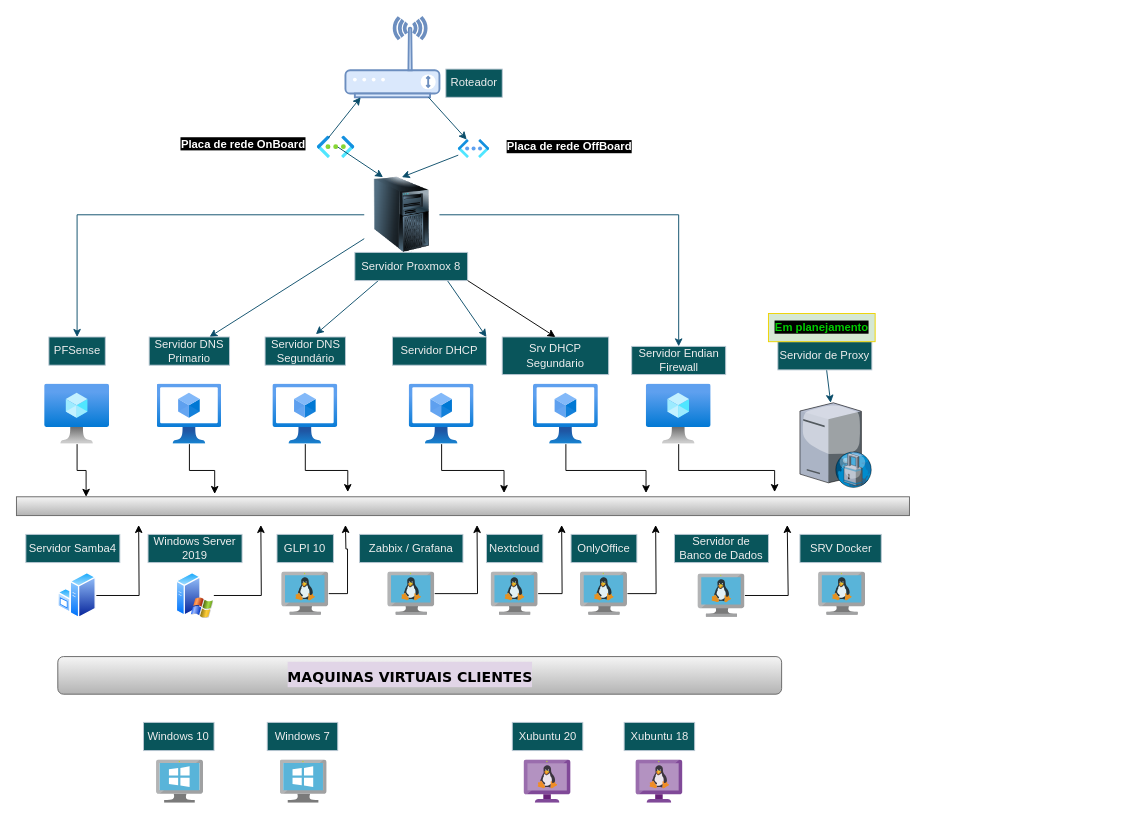
The draw.io diagram Diagrama do sevidor local-proxmox7.drawio in washigtonpa/SERVIDOR_LOCAL_PROXMOX, before the edit. Source tidied: cells renumbered, new cells numbered last; positions are measured from the earlier drawing's top-left corner, leaving out a move shared by most shapes. Both pictures are drawn from the tidied source at 94%, with x=0, y=0 at pixel (16, 17).
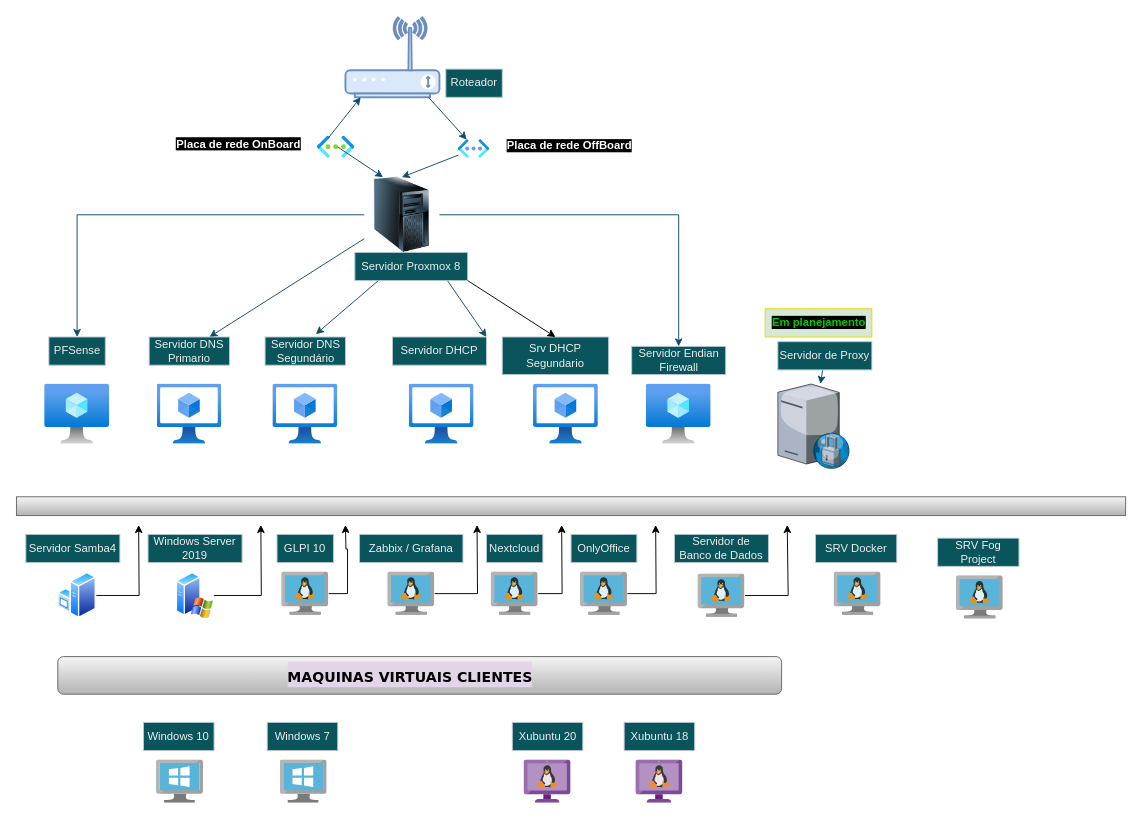
Above is the later version.

Unchanged cells that the change refers to:
```xml
<mxCell id="21" style="image;html=1;points=[];align=center;fontSize=12;image=img/lib/azure2/compute/Virtual_Machines_Classic.svg;strokeColor=#BAC8D3;fontColor=#EEEEEE;fillColor=#09555B;" parent="1" vertex="1">
  <mxGeometry x="149.5" y="390" width="69" height="64" as="geometry" />
</mxCell>
<mxCell id="24" style="image;html=1;points=[];align=center;fontSize=12;image=img/lib/azure2/compute/Virtual_Machines_Classic.svg;strokeColor=#BAC8D3;fontColor=#EEEEEE;fillColor=#09555B;" parent="1" vertex="1">
  <mxGeometry x="417.8" y="390" width="69" height="64" as="geometry" />
</mxCell>
<mxCell id="27" style="image;html=1;points=[];align=center;fontSize=12;image=img/lib/azure2/compute/Virtual_Machines_Classic.svg;strokeColor=#BAC8D3;fontColor=#EEEEEE;fillColor=#09555B;" parent="1" vertex="1">
  <mxGeometry x="272.8" y="390" width="69" height="64" as="geometry" />
</mxCell>
<mxCell id="29" style="image;html=1;points=[];align=center;fontSize=12;image=img/lib/azure2/compute/Virtual_Machine.svg;strokeColor=#BAC8D3;fontColor=#EEEEEE;fillColor=#09555B;" parent="1" vertex="1">
  <mxGeometry x="670" y="390" width="69" height="64" as="geometry" />
</mxCell>
<mxCell id="32" style="image;html=1;points=[];align=center;fontSize=12;image=img/lib/azure2/compute/Virtual_Machine.svg;strokeColor=#BAC8D3;fontColor=#EEEEEE;fillColor=#09555B;" parent="1" vertex="1">
  <mxGeometry x="30" y="390" width="69" height="64" as="geometry" />
</mxCell>
<mxCell id="69" style="image;html=1;points=[];align=center;fontSize=12;image=img/lib/azure2/compute/Virtual_Machines_Classic.svg;strokeColor=#BAC8D3;fontColor=#EEEEEE;fillColor=#09555B;" parent="1" vertex="1">
  <mxGeometry x="550" y="390" width="69" height="64" as="geometry" />
</mxCell>
```

The edit, as a diff of the source:
```diff
@@
     <mxCell id="17" value="&lt;font style=&quot;background-color: rgb(0, 0, 0);&quot; color=&quot;#ffffff&quot;&gt;&lt;b&gt;Placa de rede OffBoard &lt;/b&gt;&lt;/font&gt;" style="text;strokeColor=none;align=center;fillColor=none;html=1;verticalAlign=middle;whiteSpace=wrap;rounded=0;fontColor=#EEEEEE;labelBackgroundColor=none;" parent="1" vertex="1">
-      <mxGeometry x="516.8" y="123.1" width="143.2" height="30" as="geometry" />
+      <mxGeometry x="516.8" y="120" width="143.2" height="33.1" as="geometry" />
     </mxCell>
     <mxCell id="18" value="&lt;font style=&quot;background-color: rgb(0, 0, 0);&quot; color=&quot;#ffffff&quot;&gt;&lt;b&gt;Placa de rede OnBoard &lt;/b&gt;&lt;/font&gt;" style="text;strokeColor=none;align=center;fillColor=none;html=1;verticalAlign=middle;whiteSpace=wrap;rounded=0;fontColor=#EEEEEE;labelBackgroundColor=none;" parent="1" vertex="1">
-      <mxGeometry x="170" y="120" width="143.2" height="30" as="geometry" />
+      <mxGeometry x="160" y="120" width="153.2" height="30" as="geometry" />
     </mxCell>
@@
-    <mxCell id="20" style="edgeStyle=orthogonalEdgeStyle;rounded=0;jettySize=auto;html=1;entryX=0.222;entryY=-0.15;entryDx=0;entryDy=0;entryPerimeter=0;" parent="1" edge="1" source="21" target="36">
-      <mxGeometry relative="1" as="geometry" />
-    </mxCell>
@@
-    <mxCell id="23" style="edgeStyle=orthogonalEdgeStyle;rounded=0;jettySize=auto;html=1;entryX=0.546;entryY=-0.2;entryDx=0;entryDy=0;entryPerimeter=0;" parent="1" edge="1" source="24" target="36">
-      <mxGeometry relative="1" as="geometry" />
-    </mxCell>
@@
-    <mxCell id="26" style="edgeStyle=orthogonalEdgeStyle;rounded=0;jettySize=auto;html=1;entryX=0.371;entryY=-0.25;entryDx=0;entryDy=0;entryPerimeter=0;" parent="1" edge="1" source="27" target="36">
-      <mxGeometry relative="1" as="geometry" />
-    </mxCell>
@@
-    <mxCell id="31" style="edgeStyle=orthogonalEdgeStyle;rounded=0;jettySize=auto;html=1;entryX=0.078;entryY=0;entryDx=0;entryDy=0;entryPerimeter=0;" parent="1" edge="1" source="32" target="36">
-      <mxGeometry relative="1" as="geometry" />
-    </mxCell>
@@
     <mxCell id="33" style="verticalLabelPosition=bottom;sketch=0;html=1;verticalAlign=top;strokeColor=none;align=center;outlineConnect=0;shape=mxgraph.citrix.proxy_server;fontColor=#EEEEEE;fillColor=#09555B;" parent="1" vertex="1">
-      <mxGeometry x="833.5" y="410" width="76.5" height="90" as="geometry" />
+      <mxGeometry x="810" y="390" width="76.5" height="90" as="geometry" />
     </mxCell>
@@
     <mxCell id="36" style="rounded=0;whiteSpace=wrap;html=1;fillColor=#f5f5f5;strokeColor=#666666;gradientColor=#b3b3b3;" parent="1" vertex="1">
-      <mxGeometry y="510" width="950" height="20" as="geometry" />
+      <mxGeometry y="510" width="1180" height="20" as="geometry" />
     </mxCell>
@@
     <mxCell id="68" value="&lt;font color=&quot;#00cc00&quot; style=&quot;background-color: rgb(0, 0, 0);&quot;&gt;Em planejamento&lt;/font&gt;" style="text;align=center;html=1;verticalAlign=middle;whiteSpace=wrap;rounded=0;fontStyle=1;fillColor=#d5e8d4;strokeColor=#edd400;" parent="1" vertex="1">
-      <mxGeometry x="800" y="315" width="113.5" height="30" as="geometry" />
+      <mxGeometry x="796.5" y="310" width="113.5" height="30" as="geometry" />
     </mxCell>
@@
-    <mxCell id="71" style="edgeStyle=orthogonalEdgeStyle;rounded=0;jettySize=auto;html=1;entryX=0.705;entryY=-0.2;entryDx=0;entryDy=0;entryPerimeter=0;" parent="1" edge="1" source="69" target="36">
-      <mxGeometry relative="1" as="geometry" />
-    </mxCell>
@@
-    <mxCell id="73" style="edgeStyle=orthogonalEdgeStyle;rounded=0;jettySize=auto;html=1;entryX=0.849;entryY=-0.25;entryDx=0;entryDy=0;entryPerimeter=0;" parent="1" edge="1" source="29" target="36">
-      <mxGeometry relative="1" as="geometry" />
-    </mxCell>
     <mxCell id="74" style="group;" parent="1" vertex="1">
-      <mxGeometry x="833.5" y="550" width="86.5" height="86" as="geometry" />
+      <mxGeometry x="850" y="550" width="86.5" height="86" as="geometry" />
     </mxCell>
@@
+    <mxCell id="77" style="group;" parent="1" vertex="1">
+      <mxGeometry x="980" y="554" width="86.5" height="86" as="geometry" />
+    </mxCell>
+    <mxCell id="78" style="image;sketch=0;html=1;align=center;fontSize=12;image=img/lib/mscae/VM_Linux.svg;" parent="77" vertex="1">
+      <mxGeometry x="19.8" y="40" width="50" height="46" as="geometry" />
+    </mxCell>
+    <mxCell id="79" value="SRV Fog Project" style="text;align=center;html=1;verticalAlign=middle;whiteSpace=wrap;rounded=0;labelBackgroundColor=none;fillColor=#09555B;fontColor=#EEEEEE;strokeColor=#BAC8D3;" parent="77" vertex="1">
+      <mxGeometry width="86.5" height="30" as="geometry" />
+    </mxCell>
```
